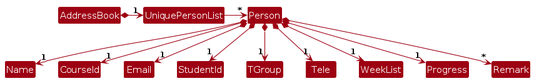
Above: diagrams/BetterModelClassDiagram.png in Isha-Sovasaria/tp (PlantUML), before the change. Its source is kept beside it as diagrams/BetterModelClassDiagram.puml. Source of this version:
```plantuml
@startuml
!include style.puml
skinparam arrowThickness 1.1
skinparam arrowColor MODEL_COLOR
skinparam classBackgroundColor MODEL_COLOR

AddressBook *-right-> "1" UniquePersonList
UniquePersonList -right-> "*" Person

Person *--> "1" Name
Person *--> "1" CourseId
Person *--> "1" Email
Person *--> "1" StudentId
Person *--> "1" TGroup
Person *--> "1" Tele
Person *--> "1" WeekList
Person *--> "1" Progress
Person *--> "*" Remark
@enduml
```
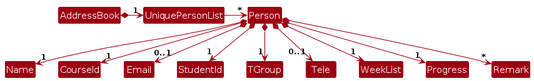
The same diagram one commit later.

Change to the diagram source:
```diff
@@ -9,10 +9,10 @@
 
 Person *--> "1" Name
 Person *--> "1" CourseId
-Person *--> "1" Email
+Person *--> "0..1" Email
 Person *--> "1" StudentId
 Person *--> "1" TGroup
-Person *--> "1" Tele
+Person *--> "0..1" Tele
 Person *--> "1" WeekList
 Person *--> "1" Progress
 Person *--> "*" Remark
```
